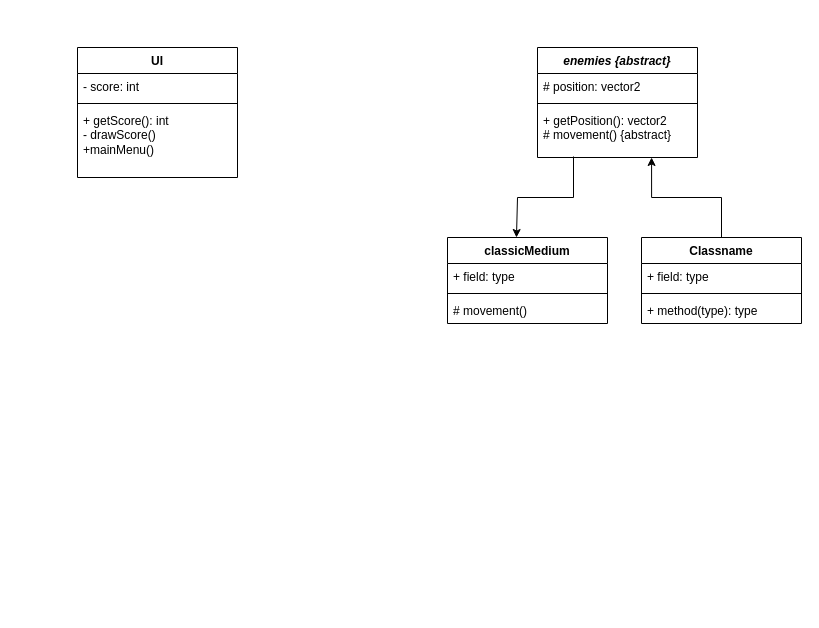
Ferogreywolf7/Alien-Attack keeps this draw.io diagram as draw.io diagrams/classDiagrams.drawio. Above is the earlier version. Source tidied: cells renumbered, new cells numbered last; positions are measured from the earlier drawing's top-left corner, leaving out a move shared by most shapes. Both pictures are drawn from the tidied source at 100%, with x=0, y=0 at pixel (77, 47).
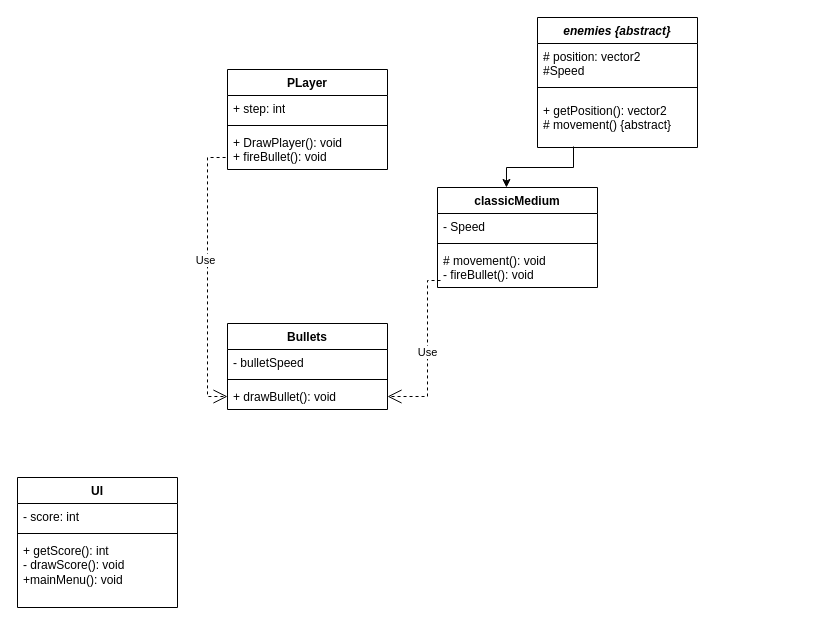
The same page after the edit.

Commit message:
Added player and bullet classes

Change to the diagram source:
```diff
@@
-    <mxCell id="2" style="edgeStyle=orthogonalEdgeStyle;rounded=0;jettySize=auto;html=1;startArrow=classic;startFill=1;endArrow=none;endFill=0;exitX=0.713;exitY=1;exitDx=0;exitDy=0;exitPerimeter=0;" parent="1" edge="1" source="15" target="8">
-      <mxGeometry relative="1" as="geometry" />
-    </mxCell>
-    <mxCell id="3" style="endArrow=classic;html=1;rounded=0;exitX=0.225;exitY=0.98;exitDx=0;exitDy=0;exitPerimeter=0;entryX=0.431;entryY=0;entryDx=0;entryDy=0;entryPerimeter=0;" parent="1" edge="1" source="15" target="4">
-      <mxGeometry relative="1" as="geometry">
-        <Array as="points">
-          <mxPoint x="496" y="150" />
-          <mxPoint x="440" y="150" />
-        </Array>
-      </mxGeometry>
+    <mxCell id="3" style="endArrow=classic;html=1;rounded=0;exitX=0.225;exitY=0.98;exitDx=0;exitDy=0;exitPerimeter=0;entryX=0.431;entryY=0;entryDx=0;entryDy=0;entryPerimeter=0;edgeStyle=orthogonalEdgeStyle;" parent="1" edge="1" source="15" target="4">
+      <mxGeometry relative="1" as="geometry" />
     </mxCell>
     <mxCell id="4" value="classicMedium" style="swimlane;fontStyle=1;align=center;verticalAlign=top;horizontal=1;startSize=26;whiteSpace=wrap;html=1;" parent="1" vertex="1">
-      <mxGeometry x="370" y="190" width="160" height="86" as="geometry" />
+      <mxGeometry x="360" y="140" width="160" height="100" as="geometry" />
     </mxCell>
-    <mxCell id="5" value="+ field: type" style="text;strokeColor=none;fillColor=none;align=left;verticalAlign=top;spacingLeft=4;spacingRight=4;overflow=hidden;whiteSpace=wrap;html=1;" parent="4" vertex="1">
+    <mxCell id="5" value="- Speed" style="text;strokeColor=none;fillColor=none;align=left;verticalAlign=top;spacingLeft=4;spacingRight=4;overflow=hidden;whiteSpace=wrap;html=1;" parent="4" vertex="1">
       <mxGeometry y="26" width="160" height="26" as="geometry" />
     </mxCell>
@@
-    <mxCell id="7" value="# movement()" style="text;strokeColor=none;fillColor=none;align=left;verticalAlign=top;spacingLeft=4;spacingRight=4;overflow=hidden;points=[[0,0.5],[1,0.5]];portConstraint=eastwest;whiteSpace=wrap;html=1;" parent="4" vertex="1">
-      <mxGeometry y="60" width="160" height="26" as="geometry" />
+    <mxCell id="7" value="&lt;div&gt;# movement(): void&lt;/div&gt;&lt;div&gt;- fireBullet(): void&lt;br&gt;&lt;/div&gt;" style="text;strokeColor=none;fillColor=none;align=left;verticalAlign=top;spacingLeft=4;spacingRight=4;overflow=hidden;points=[[0,0.5],[1,0.5]];portConstraint=eastwest;whiteSpace=wrap;html=1;" parent="4" vertex="1">
+      <mxGeometry y="60" width="160" height="40" as="geometry" />
     </mxCell>
-    <mxCell id="8" value="Classname" style="swimlane;fontStyle=1;align=center;verticalAlign=top;horizontal=1;startSize=26;whiteSpace=wrap;html=1;" parent="1" vertex="1">
-      <mxGeometry x="564" y="190" width="160" height="86" as="geometry" />
-    </mxCell>
-    <mxCell id="9" value="+ field: type" style="text;strokeColor=none;fillColor=none;align=left;verticalAlign=top;spacingLeft=4;spacingRight=4;overflow=hidden;whiteSpace=wrap;html=1;" parent="8" vertex="1">
-      <mxGeometry y="26" width="160" height="26" as="geometry" />
-    </mxCell>
-    <mxCell id="10" style="line;strokeWidth=1;fillColor=none;align=left;verticalAlign=middle;spacingTop=-1;spacingLeft=3;spacingRight=3;labelPosition=right;strokeColor=inherit;" parent="8" vertex="1">
-      <mxGeometry y="52" width="160" height="8" as="geometry" />
-    </mxCell>
-    <mxCell id="11" value="+ method(type): type" style="text;strokeColor=none;fillColor=none;align=left;verticalAlign=top;spacingLeft=4;spacingRight=4;overflow=hidden;whiteSpace=wrap;html=1;" parent="8" vertex="1">
-      <mxGeometry y="60" width="160" height="26" as="geometry" />
-    </mxCell>
     <mxCell id="12" value="&lt;i&gt;enemies {abstract}&lt;/i&gt;" style="swimlane;fontStyle=1;align=center;verticalAlign=top;horizontal=1;startSize=26;whiteSpace=wrap;html=1;" parent="1" vertex="1">
-      <mxGeometry x="460" width="160" height="110" as="geometry" />
+      <mxGeometry x="460" y="-30" width="160" height="130" as="geometry" />
     </mxCell>
-    <mxCell id="13" value="# position: vector2" style="text;strokeColor=none;fillColor=none;align=left;verticalAlign=top;spacingLeft=4;spacingRight=4;overflow=hidden;whiteSpace=wrap;html=1;" parent="12" vertex="1">
-      <mxGeometry y="26" width="160" height="26" as="geometry" />
+    <mxCell id="13" value="&lt;div&gt;# position: vector2&lt;/div&gt;&lt;div&gt;#Speed&lt;br&gt;&lt;/div&gt;" style="text;strokeColor=none;fillColor=none;align=left;verticalAlign=top;spacingLeft=4;spacingRight=4;overflow=hidden;whiteSpace=wrap;html=1;" parent="12" vertex="1">
+      <mxGeometry y="26" width="160" height="34" as="geometry" />
     </mxCell>
     <mxCell id="14" style="line;strokeWidth=1;fillColor=none;align=left;verticalAlign=middle;spacingTop=-1;spacingLeft=3;spacingRight=3;labelPosition=right;strokeColor=inherit;" parent="12" vertex="1">
-      <mxGeometry y="52" width="160" height="8" as="geometry" />
+      <mxGeometry y="60" width="160" height="20" as="geometry" />
     </mxCell>
     <mxCell id="15" value="+ getPosition(): vector2&lt;div&gt;# movement() {abstract}&lt;/div&gt;" style="text;strokeColor=none;fillColor=none;align=left;verticalAlign=top;spacingLeft=4;spacingRight=4;overflow=hidden;points=[[0,0.5],[1,0.5]];portConstraint=eastwest;whiteSpace=wrap;html=1;" parent="12" vertex="1">
-      <mxGeometry y="60" width="160" height="50" as="geometry" />
+      <mxGeometry y="80" width="160" height="50" as="geometry" />
     </mxCell>
     <mxCell id="16" value="UI" style="swimlane;fontStyle=1;align=center;verticalAlign=top;horizontal=1;startSize=26;whiteSpace=wrap;html=1;" parent="1" vertex="1">
-      <mxGeometry width="160" height="130" as="geometry" />
+      <mxGeometry x="-60" y="430" width="160" height="130" as="geometry" />
     </mxCell>
@@
-    <mxCell id="19" value="+ getScore(): int&lt;div&gt;- drawScore()&lt;/div&gt;&lt;div&gt;+mainMenu()&lt;/div&gt;" style="text;strokeColor=none;fillColor=none;align=left;verticalAlign=top;spacingLeft=4;spacingRight=4;overflow=hidden;whiteSpace=wrap;html=1;" parent="16" vertex="1">
+    <mxCell id="19" value="+ getScore(): int&lt;div&gt;- drawScore(): void&lt;br&gt;&lt;/div&gt;&lt;div&gt;+mainMenu(): void&lt;br&gt;&lt;/div&gt;" style="text;strokeColor=none;fillColor=none;align=left;verticalAlign=top;spacingLeft=4;spacingRight=4;overflow=hidden;whiteSpace=wrap;html=1;" parent="16" vertex="1">
       <mxGeometry y="60" width="160" height="70" as="geometry" />
     </mxCell>
+    <mxCell id="20" value="PLayer" style="swimlane;fontStyle=1;align=center;verticalAlign=top;horizontal=1;startSize=26;whiteSpace=wrap;html=1;" parent="1" vertex="1">
+      <mxGeometry x="150" y="22" width="160" height="100" as="geometry" />
+    </mxCell>
+    <mxCell id="21" value="+ step: int" style="text;strokeColor=none;fillColor=none;align=left;verticalAlign=top;spacingLeft=4;spacingRight=4;overflow=hidden;whiteSpace=wrap;html=1;" parent="20" vertex="1">
+      <mxGeometry y="26" width="160" height="26" as="geometry" />
+    </mxCell>
+    <mxCell id="22" style="line;strokeWidth=1;fillColor=none;align=left;verticalAlign=middle;spacingTop=-1;spacingLeft=3;spacingRight=3;labelPosition=right;strokeColor=inherit;" parent="20" vertex="1">
+      <mxGeometry y="52" width="160" height="8" as="geometry" />
+    </mxCell>
+    <mxCell id="23" value="&lt;div&gt;+ DrawPlayer(): void&lt;/div&gt;&lt;div&gt;+ fireBullet(): void&lt;br&gt;&lt;/div&gt;" style="text;strokeColor=none;fillColor=none;align=left;verticalAlign=top;spacingLeft=4;spacingRight=4;overflow=hidden;points=[[0,0.5],[1,0.5]];portConstraint=eastwest;whiteSpace=wrap;html=1;" parent="20" vertex="1">
+      <mxGeometry y="60" width="160" height="40" as="geometry" />
+    </mxCell>
+    <mxCell id="24" value="Bullets" style="swimlane;fontStyle=1;align=center;verticalAlign=top;horizontal=1;startSize=26;whiteSpace=wrap;html=1;" parent="1" vertex="1">
+      <mxGeometry x="150" y="276" width="160" height="86" as="geometry" />
+    </mxCell>
+    <mxCell id="25" value="- bulletSpeed" style="text;strokeColor=none;fillColor=none;align=left;verticalAlign=top;spacingLeft=4;spacingRight=4;overflow=hidden;whiteSpace=wrap;html=1;" parent="24" vertex="1">
+      <mxGeometry y="26" width="160" height="26" as="geometry" />
+    </mxCell>
+    <mxCell id="26" style="line;strokeWidth=1;fillColor=none;align=left;verticalAlign=middle;spacingTop=-1;spacingLeft=3;spacingRight=3;labelPosition=right;strokeColor=inherit;" parent="24" vertex="1">
+      <mxGeometry y="52" width="160" height="8" as="geometry" />
+    </mxCell>
+    <mxCell id="27" value="+ drawBullet(): void" style="text;strokeColor=none;fillColor=none;align=left;verticalAlign=top;spacingLeft=4;spacingRight=4;overflow=hidden;points=[[0,0.5],[1,0.5]];portConstraint=eastwest;whiteSpace=wrap;html=1;" parent="24" vertex="1">
+      <mxGeometry y="60" width="160" height="26" as="geometry" />
+    </mxCell>
+    <mxCell id="28" value="Use" style="endArrow=open;endSize=12;dashed=1;html=1;rounded=0;exitX=-0.012;exitY=0.7;exitDx=0;exitDy=0;exitPerimeter=0;flowAnimation=0;shadow=0;jumpStyle=none;edgeStyle=elbowEdgeStyle;entryX=0;entryY=0.5;entryDx=0;entryDy=0;" parent="1" edge="1" source="23" target="27">
+      <mxGeometry x="-0.13" y="-2" relative="1" as="geometry">
+        <Array as="points">
+          <mxPoint x="130" y="220" />
+        </Array>
+      </mxGeometry>
+    </mxCell>
+    <mxCell id="29" value="Use" style="endArrow=open;endSize=12;dashed=1;html=1;rounded=0;exitX=0.019;exitY=0.825;exitDx=0;exitDy=0;exitPerimeter=0;edgeStyle=elbowEdgeStyle;entryX=1;entryY=0.5;entryDx=0;entryDy=0;" parent="1" edge="1" source="7" target="27">
+      <mxGeometry relative="1" as="geometry">
+        <Array as="points">
+          <mxPoint x="350" y="290" />
+        </Array>
+      </mxGeometry>
+    </mxCell>
```
